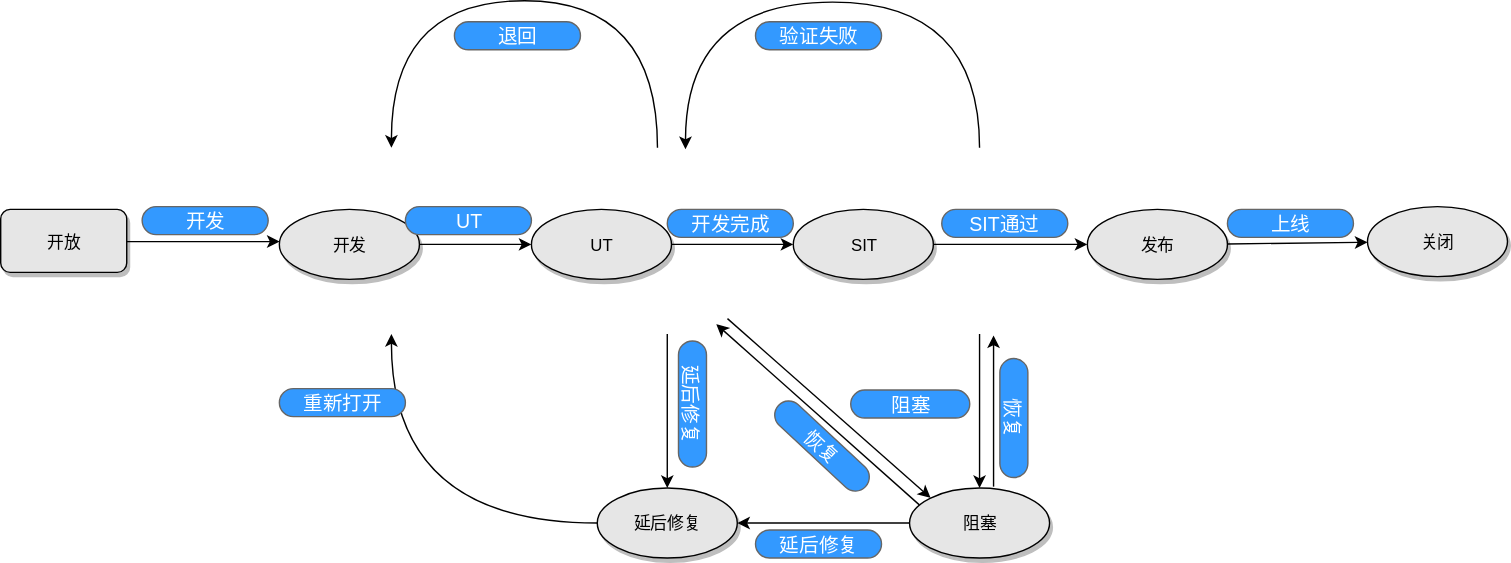
The draw.io diagram WorkFlow_IssueType_Improvment.svg in havenqi/Draw.io, before a commit. Source tidied: cells renumbered, new cells last; positions are measured from the earlier drawing's top-left corner, leaving out a move shared by most shapes.
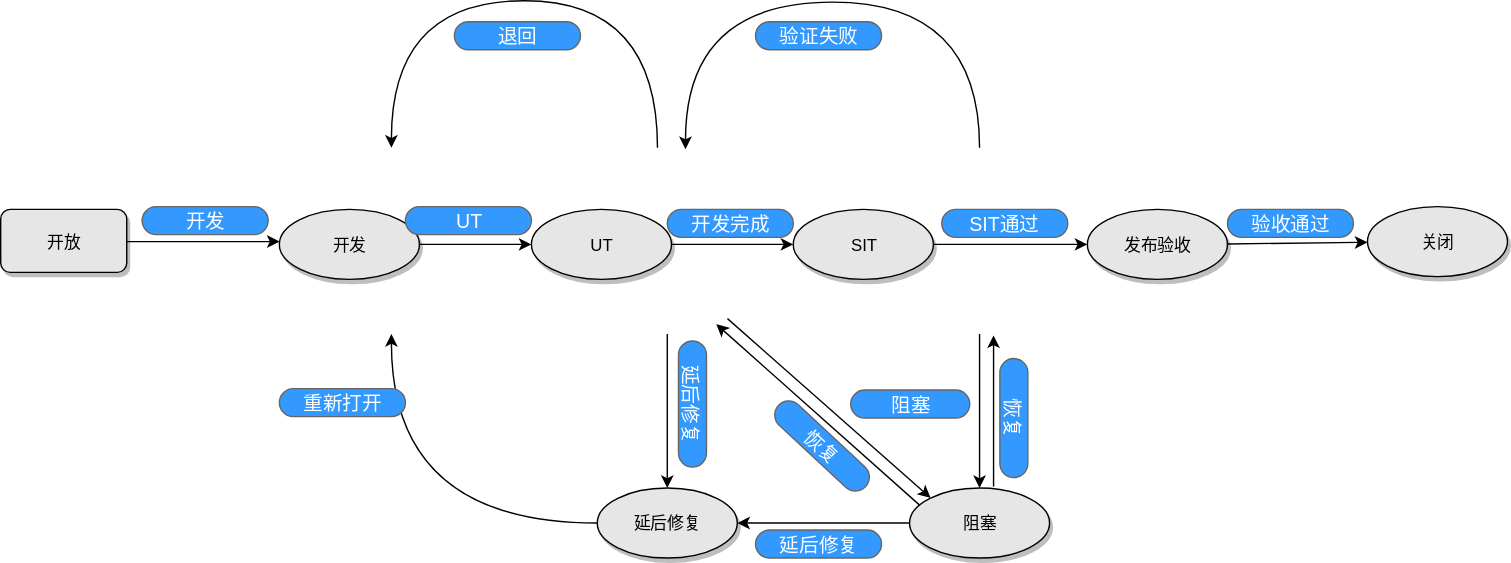
After the commit.

Diff of the diagram source:
```diff
@@ -53,7 +53,7 @@
         <mxPoint x="699" y="238" as="sourcePoint" />
       </mxGeometry>
     </mxCell>
-    <mxCell id="13" value="发布" style="ellipse;whiteSpace=wrap;html=1;fillColor=#E6E6E6;shadow=1;" parent="1" vertex="1">
+    <mxCell id="13" value="发布验收" style="ellipse;whiteSpace=wrap;html=1;fillColor=#E6E6E6;shadow=1;" parent="1" vertex="1">
       <mxGeometry x="776" y="149" width="100" height="50" as="geometry" />
     </mxCell>
     <mxCell id="14" style="edgeStyle=none;rounded=0;html=1;jettySize=auto;entryX=0;entryY=0;exitX=0.93;exitY=0.78;exitPerimeter=0;" parent="1" edge="1" target="17">
@@ -105,7 +105,7 @@
     <mxCell id="26" value="&lt;span style=&quot;font-size: 14px ; font-weight: 400&quot;&gt;开发&lt;/span&gt;" style="strokeWidth=1;shadow=0;dashed=0;align=center;html=1;shape=mxgraph.mockup.buttons.button;strokeColor=#666666;fontColor=#ffffff;mainText=;buttonStyle=round;fontSize=17;fontStyle=1;fillColor=#3399FF;whiteSpace=wrap;" parent="1" vertex="1">
       <mxGeometry x="101" y="147" width="90" height="20" as="geometry" />
     </mxCell>
-    <mxCell id="27" value="&lt;span style=&quot;font-weight: normal&quot;&gt;&lt;font style=&quot;font-size: 14px&quot;&gt;上线&lt;/font&gt;&lt;/span&gt;" style="strokeWidth=1;shadow=0;dashed=0;align=center;html=1;shape=mxgraph.mockup.buttons.button;strokeColor=#666666;fontColor=#ffffff;mainText=;buttonStyle=round;fontSize=17;fontStyle=1;fillColor=#3399FF;whiteSpace=wrap;" parent="1" vertex="1">
+    <mxCell id="27" value="&lt;span style=&quot;font-weight: normal&quot;&gt;&lt;font style=&quot;font-size: 14px&quot;&gt;验收通过&lt;/font&gt;&lt;/span&gt;" style="strokeWidth=1;shadow=0;dashed=0;align=center;html=1;shape=mxgraph.mockup.buttons.button;strokeColor=#666666;fontColor=#ffffff;mainText=;buttonStyle=round;fontSize=17;fontStyle=1;fillColor=#3399FF;whiteSpace=wrap;" parent="1" vertex="1">
       <mxGeometry x="876" y="149" width="90" height="20" as="geometry" />
     </mxCell>
     <mxCell id="28" style="edgeStyle=orthogonalEdgeStyle;curved=1;rounded=0;html=1;jettySize=auto;orthogonalLoop=1;exitX=0.5;exitY=0;" parent="1" edge="1">
```
